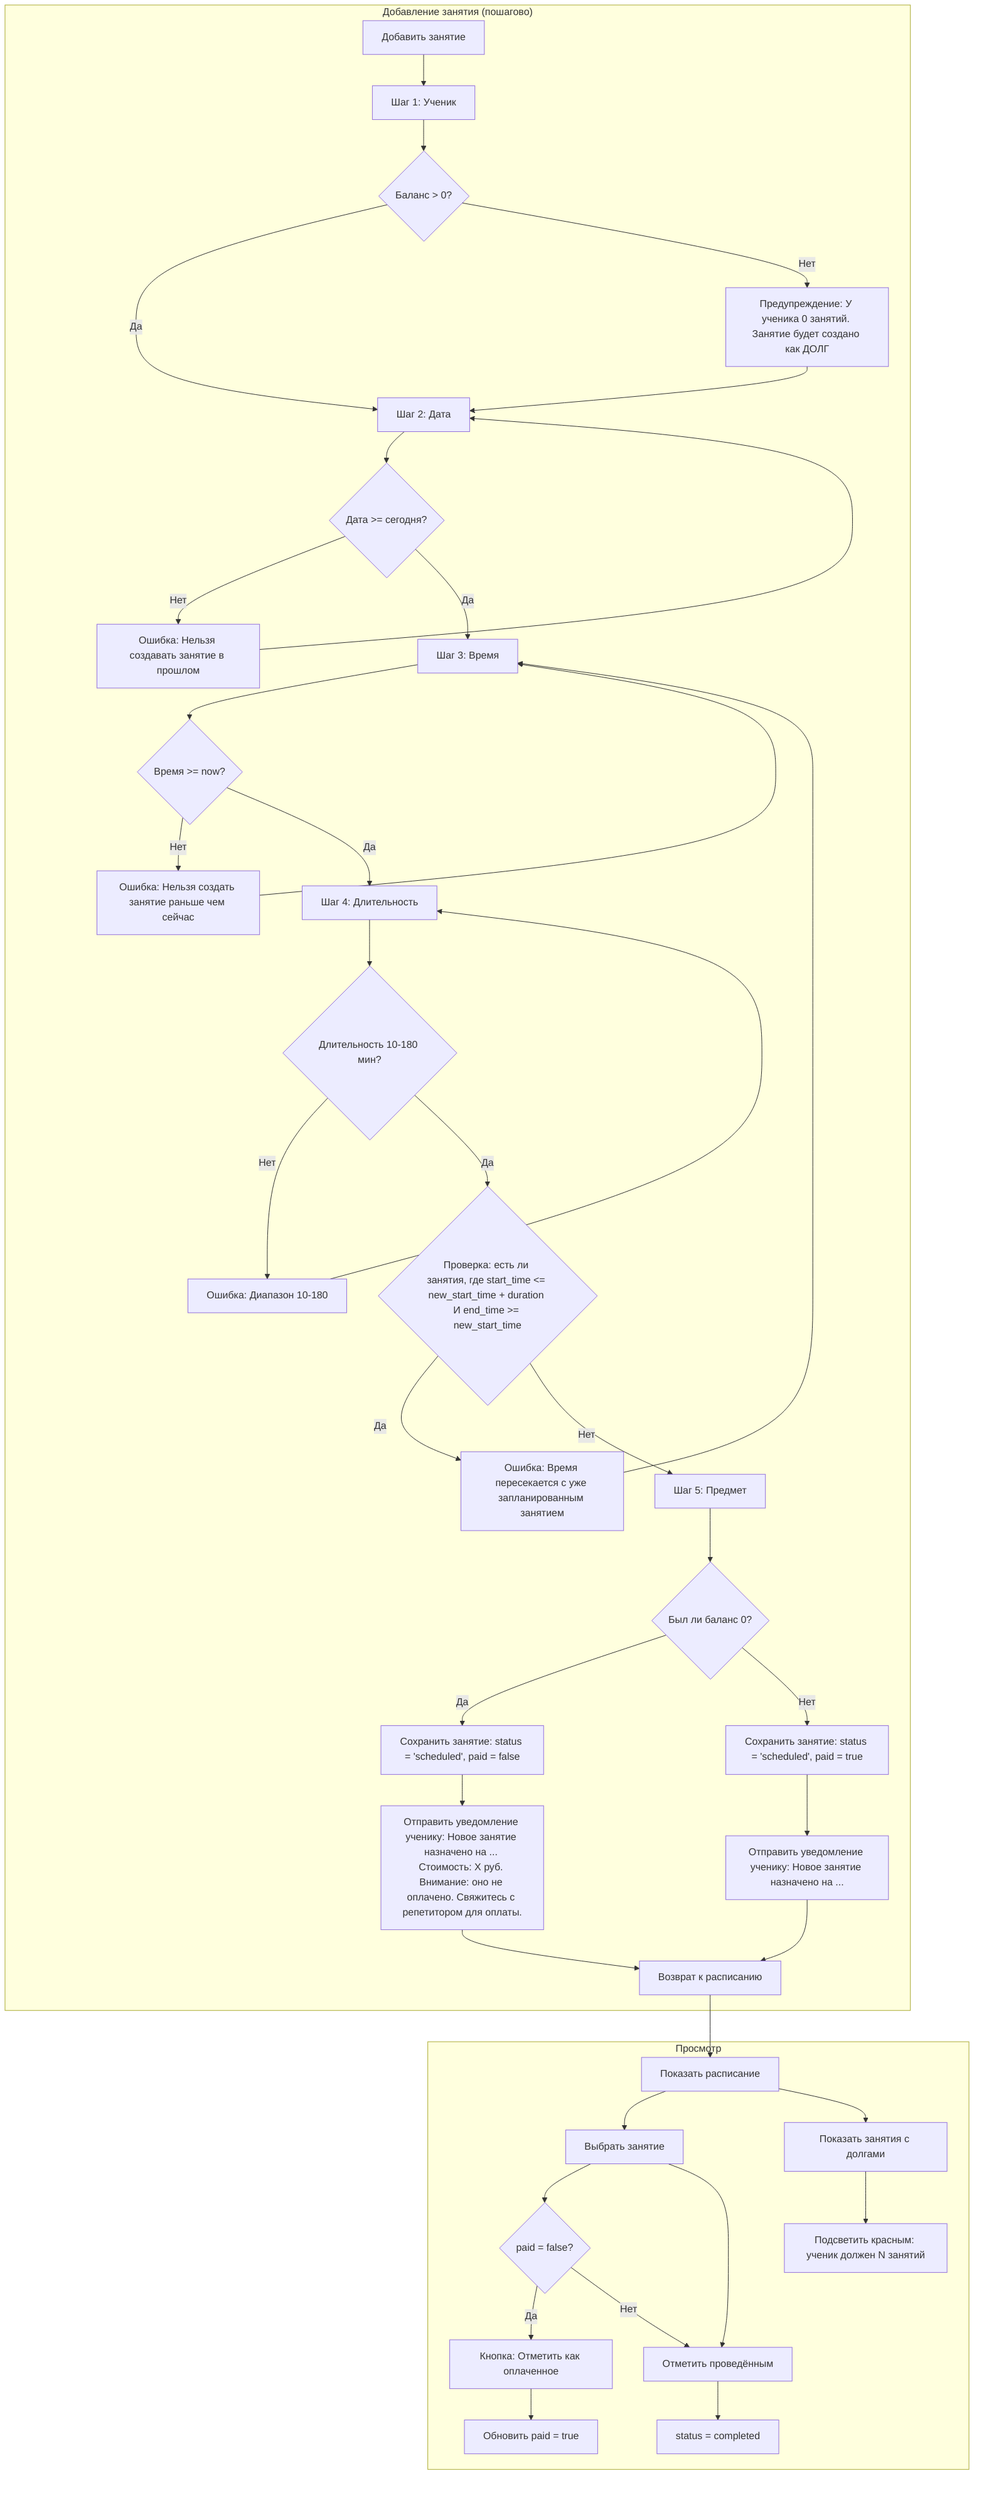
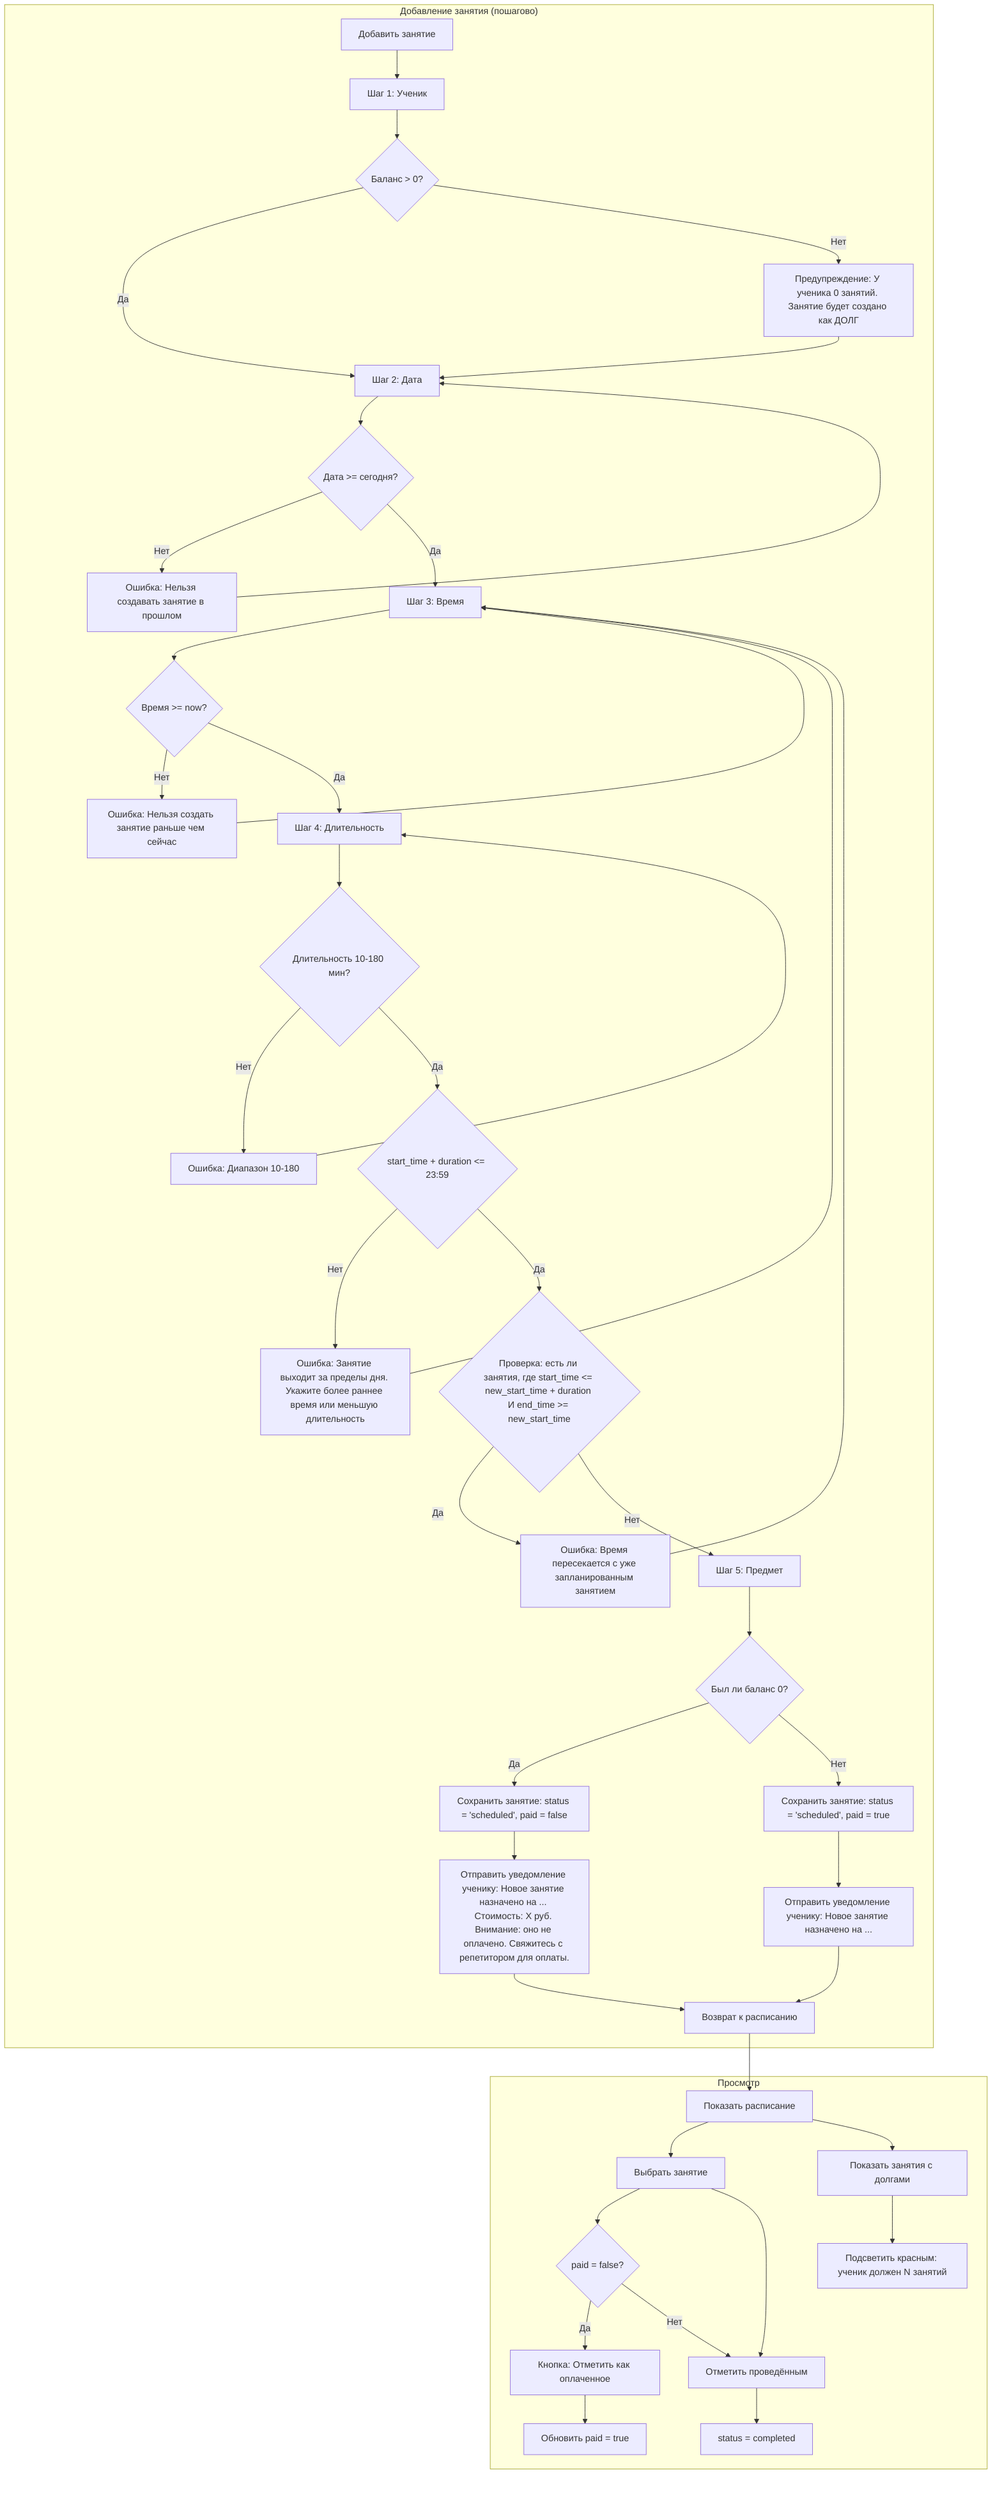
graph TD
    subgraph "Просмотр"
        F3a[Показать расписание] --> F3h[Выбрать занятие]
        F3h --> F3h_check{paid = false?}
        F3h_check -- Да --> F3h_pay[Кнопка: Отметить как оплаченное]
        F3h_pay --> F3h_pay_action[Обновить paid = true]
        F3h_check -- Нет --> F3i[Отметить проведённым]
        F3h --> F3i[Отметить проведённым]
        F3i --> F3j[status = completed]

        F3a --> F3k[Показать занятия с долгами]
        F3k --> F3l[Подсветить красным: ученик должен N занятий]
    end

    subgraph "Добавление занятия (пошагово)"
        F3b[Добавить занятие] --> F3c[Шаг 1: Ученик]
        F3c --> F3c_check_balance{Баланс > 0?}

        F3c_check_balance -- Да --> F3d1[Шаг 2: Дата]
        F3c_check_balance -- Нет --> F3c_debt[Предупреждение: У ученика 0 занятий. Занятие будет создано как ДОЛГ]
        F3c_debt --> F3d1

        F3d1[Шаг 2: Дата] --> F3d1_check{Дата >= сегодня?}
        F3d1_check -- Нет --> F3d1_error[Ошибка: Нельзя создавать занятие в прошлом]
        F3d1_error --> F3d1

        F3d1_check -- Да --> F3d2[Шаг 3: Время]
        F3d2 --> F3d2_check{Время >= now?}
        F3d2_check -- Нет --> F3d2_error[Ошибка: Нельзя создать занятие раньше чем сейчас]
        F3d2_error --> F3d2

        F3d2_check -- Да --> F3d3[Шаг 4: Длительность]
        F3d3 --> F3d3_check{Длительность 10-180 мин?}
        F3d3_check -- Нет --> F3d3_error[Ошибка: Диапазон 10-180]
        F3d3_error --> F3d3

-         F3d3_check -- Да --> F3d{Проверка: есть ли занятия, где start_time <= new_start_time + duration И end_time >= new_start_time}
+         F3d3_check -- Да --> F3d_time_check{start_time + duration <= 23:59}
+         F3d_time_check -- Нет --> F3d_time_error[Ошибка: Занятие выходит за пределы дня. Укажите более раннее время или меньшую длительность]
+         F3d_time_error --> F3d2
+ 
+         F3d_time_check -- Да --> F3d{Проверка: есть ли занятия, где start_time <= new_start_time + duration И end_time >= new_start_time}

        F3d -- Да --> F3e[Ошибка: Время пересекается с уже запланированным занятием]
        F3e --> F3d2

        F3d -- Нет --> F3d4[Шаг 5: Предмет]
        F3d4 --> F3f_check_debt{Был ли баланс 0?}
        F3f_check_debt -- Да --> F3f_debt[Сохранить занятие: status = 'scheduled', paid = false]
        F3f_check_debt -- Нет --> F3f[Сохранить занятие: status = 'scheduled', paid = true]
        F3f_debt --> F3g1[Отправить уведомление ученику: Новое занятие назначено на ... Стоимость: X руб. Внимание: оно не оплачено. Свяжитесь с репетитором для оплаты.]
        F3f --> F3g2[Отправить уведомление ученику: Новое занятие назначено на ...]
        F3g1 --> F3a3[Возврат к расписанию]
        F3g2 --> F3a3
        F3a3 --> F3a
    end